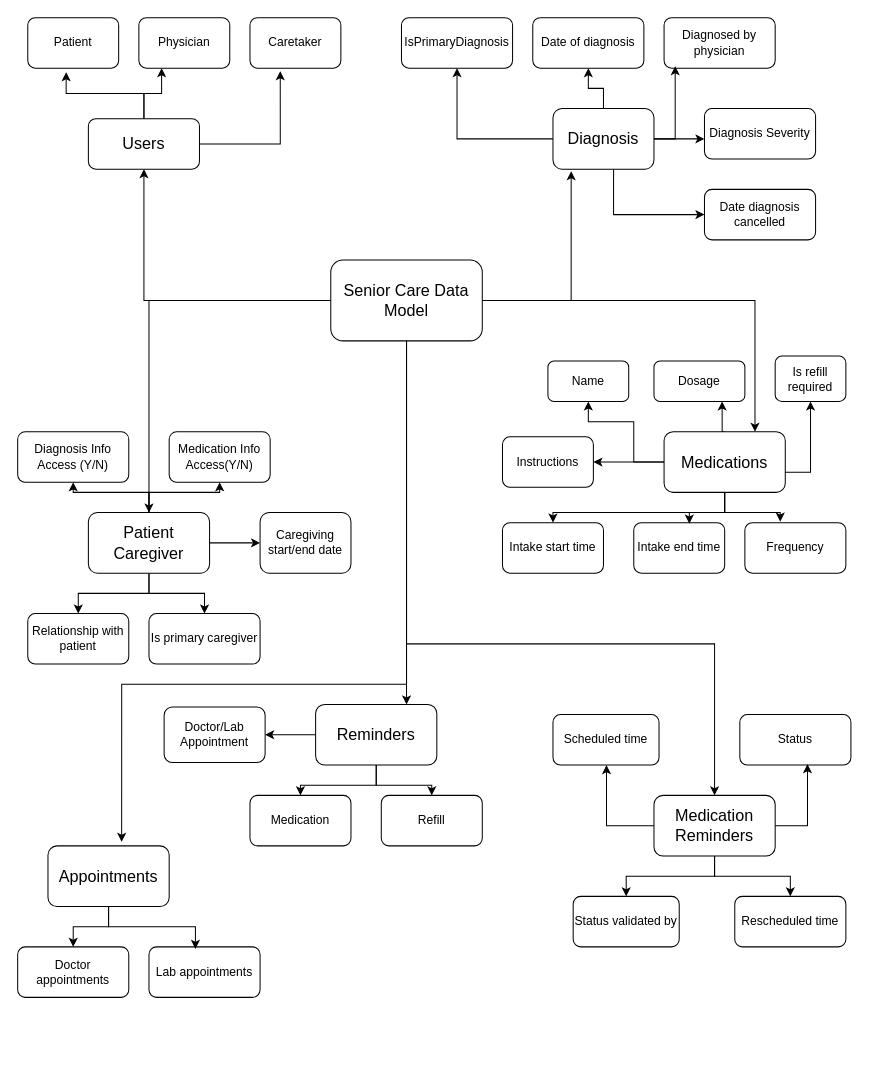
This is SeniorCare_Mindmap.drawio from saumyasucharita/swimlane-mindmaps, a draw.io file, before an edit. Source tidied: cells renumbered, new cells numbered last; positions are measured from the earlier drawing's top-left corner, leaving out a move shared by most shapes. Both pictures are drawn from the tidied source at 101%, with x=0, y=0 at pixel (17, 17).
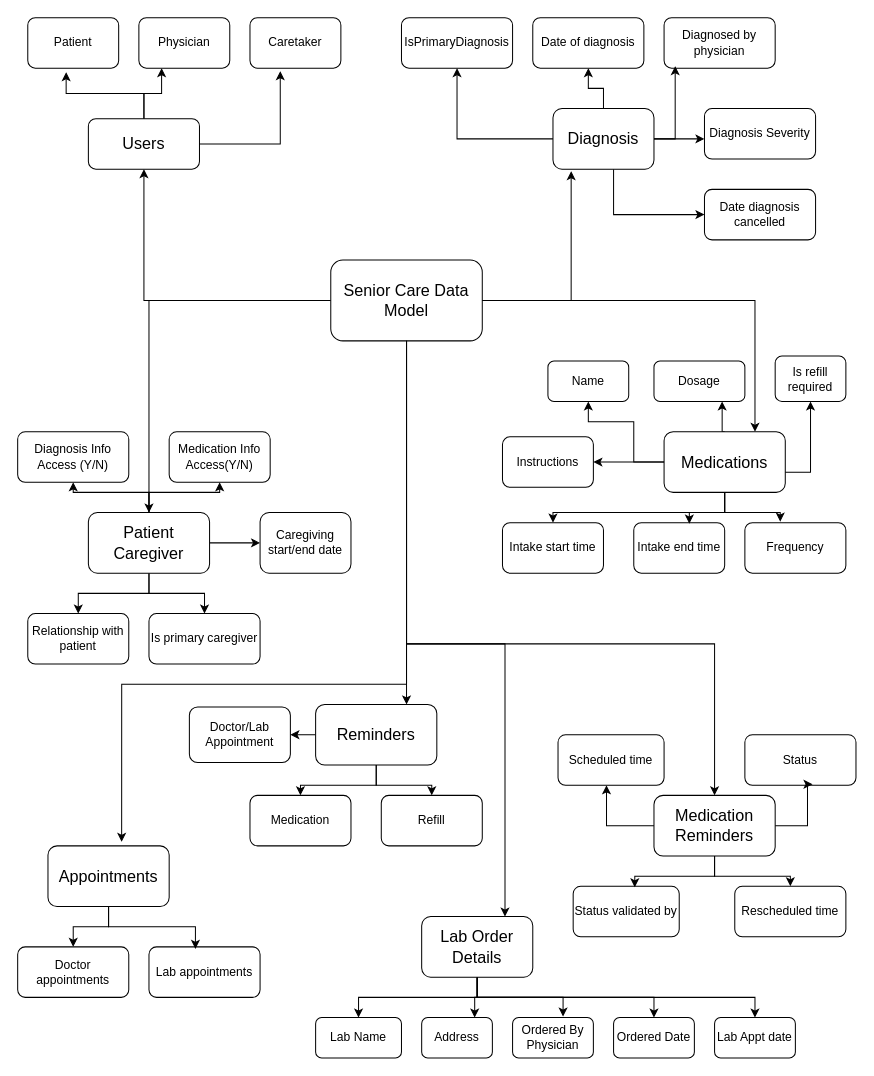
The same page after the edit.

The change refers to these unchanged cells:
```xml
<mxCell id="7" value="&lt;font size=&quot;3&quot;&gt;Senior Care Data Model&lt;/font&gt;" style="rounded=1;whiteSpace=wrap;html=1;" parent="1" vertex="1">
  <mxGeometry x="310" y="240" width="150" height="80" as="geometry" />
</mxCell>
<mxCell id="47" value="&lt;font size=&quot;3&quot;&gt;Medication Reminders&lt;/font&gt;" style="rounded=1;whiteSpace=wrap;html=1;" parent="1" vertex="1">
  <mxGeometry x="630" y="770" width="120" height="60" as="geometry" />
</mxCell>
```

What changed in the source:
```diff
@@
+    <mxCell id="75" style="edgeStyle=orthogonalEdgeStyle;rounded=0;jettySize=auto;html=1;entryX=0.75;entryY=0;entryDx=0;entryDy=0;" parent="1" edge="1" source="7" target="80">
+      <mxGeometry relative="1" as="geometry">
+        <Array as="points">
+          <mxPoint x="385" y="620" />
+          <mxPoint x="483" y="620" />
+        </Array>
+      </mxGeometry>
+    </mxCell>
@@
-    <mxCell id="45" style="edgeStyle=orthogonalEdgeStyle;rounded=0;jettySize=auto;html=1;" parent="1" edge="1" source="47" target="54">
-      <mxGeometry relative="1" as="geometry" />
-    </mxCell>
@@
     <mxCell id="52" value="Scheduled time" style="rounded=1;whiteSpace=wrap;html=1;" parent="1" vertex="1">
-      <mxGeometry x="530" y="690" width="105" height="50" as="geometry" />
+      <mxGeometry x="535" y="710" width="105" height="50" as="geometry" />
     </mxCell>
     <mxCell id="53" value="Status" style="rounded=1;whiteSpace=wrap;html=1;" parent="1" vertex="1">
-      <mxGeometry x="715" y="690" width="110" height="50" as="geometry" />
+      <mxGeometry x="720" y="710" width="110" height="50" as="geometry" />
     </mxCell>
     <mxCell id="54" value="Status validated by" style="rounded=1;whiteSpace=wrap;html=1;" parent="1" vertex="1">
-      <mxGeometry x="550" y="870" width="105" height="50" as="geometry" />
+      <mxGeometry x="550" y="860" width="105" height="50" as="geometry" />
     </mxCell>
     <mxCell id="55" value="Rescheduled time" style="rounded=1;whiteSpace=wrap;html=1;" parent="1" vertex="1">
-      <mxGeometry x="710" y="870" width="110" height="50" as="geometry" />
+      <mxGeometry x="710" y="860" width="110" height="50" as="geometry" />
     </mxCell>
@@
     <mxCell id="62" value="Doctor/Lab Appointment" style="rounded=1;whiteSpace=wrap;html=1;" parent="1" vertex="1">
-      <mxGeometry x="145" y="682.5" width="100" height="55" as="geometry" />
+      <mxGeometry x="170" y="682.5" width="100" height="55" as="geometry" />
     </mxCell>
@@
+    <mxCell id="76" style="edgeStyle=orthogonalEdgeStyle;rounded=0;jettySize=auto;html=1;entryX=0.5;entryY=0;entryDx=0;entryDy=0;" parent="1" edge="1" source="80" target="81">
+      <mxGeometry relative="1" as="geometry">
+        <Array as="points">
+          <mxPoint x="455" y="970" />
+          <mxPoint x="338" y="970" />
+        </Array>
+      </mxGeometry>
+    </mxCell>
+    <mxCell id="77" style="edgeStyle=orthogonalEdgeStyle;rounded=0;jettySize=auto;html=1;entryX=0.75;entryY=0;entryDx=0;entryDy=0;" parent="1" edge="1" source="80" target="82">
+      <mxGeometry relative="1" as="geometry" />
+    </mxCell>
+    <mxCell id="78" style="edgeStyle=orthogonalEdgeStyle;rounded=0;jettySize=auto;html=1;entryX=0.5;entryY=0;entryDx=0;entryDy=0;" parent="1" edge="1" source="80" target="84">
+      <mxGeometry relative="1" as="geometry">
+        <Array as="points">
+          <mxPoint x="455" y="970" />
+          <mxPoint x="630" y="970" />
+        </Array>
+      </mxGeometry>
+    </mxCell>
+    <mxCell id="79" style="edgeStyle=orthogonalEdgeStyle;rounded=0;jettySize=auto;html=1;" parent="1" edge="1" source="80" target="85">
+      <mxGeometry relative="1" as="geometry">
+        <Array as="points">
+          <mxPoint x="455" y="970" />
+          <mxPoint x="730" y="970" />
+        </Array>
+      </mxGeometry>
+    </mxCell>
+    <mxCell id="80" value="&lt;font size=&quot;3&quot;&gt;Lab Order Details&lt;/font&gt;" style="rounded=1;whiteSpace=wrap;html=1;" parent="1" vertex="1">
+      <mxGeometry x="400" y="890" width="110" height="60" as="geometry" />
+    </mxCell>
+    <mxCell id="81" value="Lab Name" style="rounded=1;whiteSpace=wrap;html=1;" parent="1" vertex="1">
+      <mxGeometry x="295" y="990" width="85" height="40" as="geometry" />
+    </mxCell>
+    <mxCell id="82" value="Address" style="rounded=1;whiteSpace=wrap;html=1;" parent="1" vertex="1">
+      <mxGeometry x="400" y="990" width="70" height="40" as="geometry" />
+    </mxCell>
+    <mxCell id="83" value="Ordered By Physician" style="rounded=1;whiteSpace=wrap;html=1;" parent="1" vertex="1">
+      <mxGeometry x="490" y="990" width="80" height="40" as="geometry" />
+    </mxCell>
+    <mxCell id="84" value="Ordered Date" style="rounded=1;whiteSpace=wrap;html=1;" parent="1" vertex="1">
+      <mxGeometry x="590" y="990" width="80" height="40" as="geometry" />
+    </mxCell>
+    <mxCell id="85" value="Lab Appt date" style="rounded=1;whiteSpace=wrap;html=1;" parent="1" vertex="1">
+      <mxGeometry x="690" y="990" width="80" height="40" as="geometry" />
+    </mxCell>
+    <mxCell id="45" style="edgeStyle=orthogonalEdgeStyle;rounded=0;jettySize=auto;html=1;entryX=0.581;entryY=0.02;entryDx=0;entryDy=0;entryPerimeter=0;" parent="1" edge="1" source="47" target="54">
+      <mxGeometry relative="1" as="geometry" />
+    </mxCell>
+    <mxCell id="86" style="edgeStyle=orthogonalEdgeStyle;rounded=0;jettySize=auto;html=1;entryX=0.625;entryY=-0.025;entryDx=0;entryDy=0;entryPerimeter=0;" parent="1" edge="1" source="80" target="83">
+      <mxGeometry relative="1" as="geometry" />
+    </mxCell>
```
